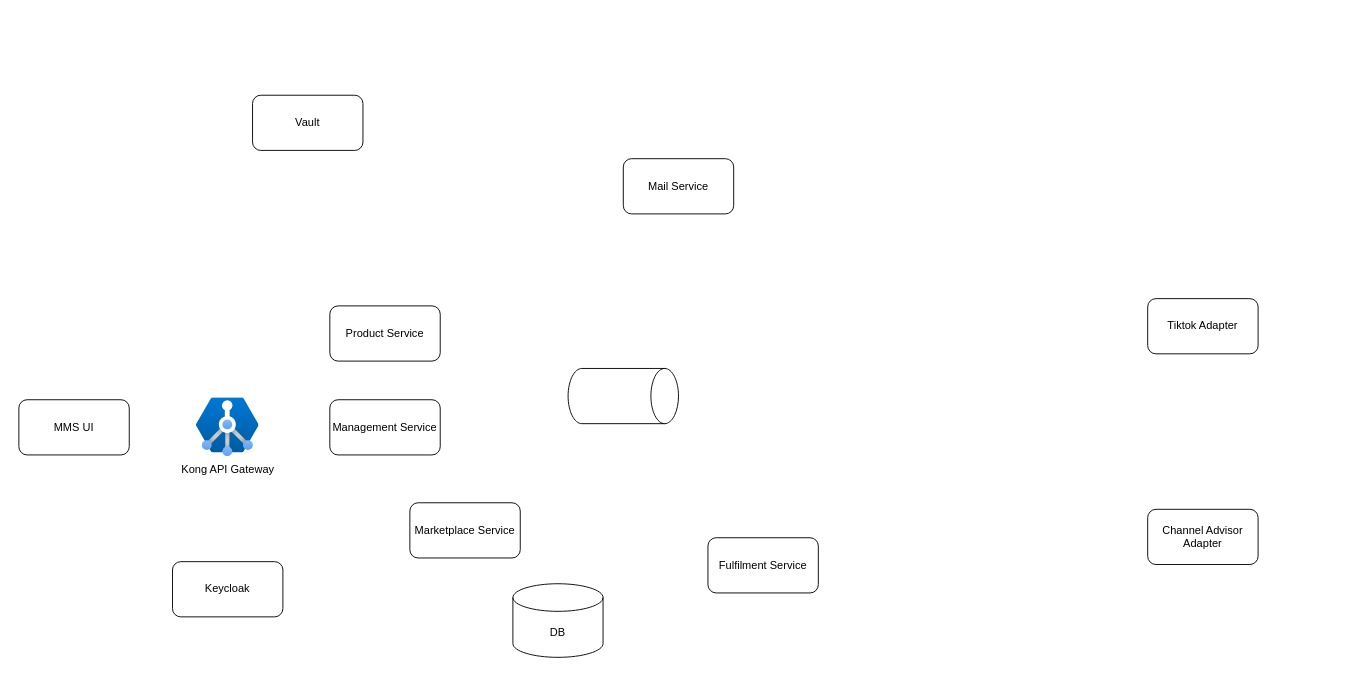
Above: page "Page-16" (16 of 16) of hibernate.drawio in minhtran-q/hibernate-knowledge (draw.io), before the change. Source tidied: cells renumbered, new cells numbered last; positions are measured from the earlier drawing's top-left corner, leaving out a move shared by most shapes. Both pictures are drawn from the tidied source at 92%, with x=0, y=0 at pixel (18, 95). Pictures stored in the file or linked from it are replaced by grey dashed boxes.
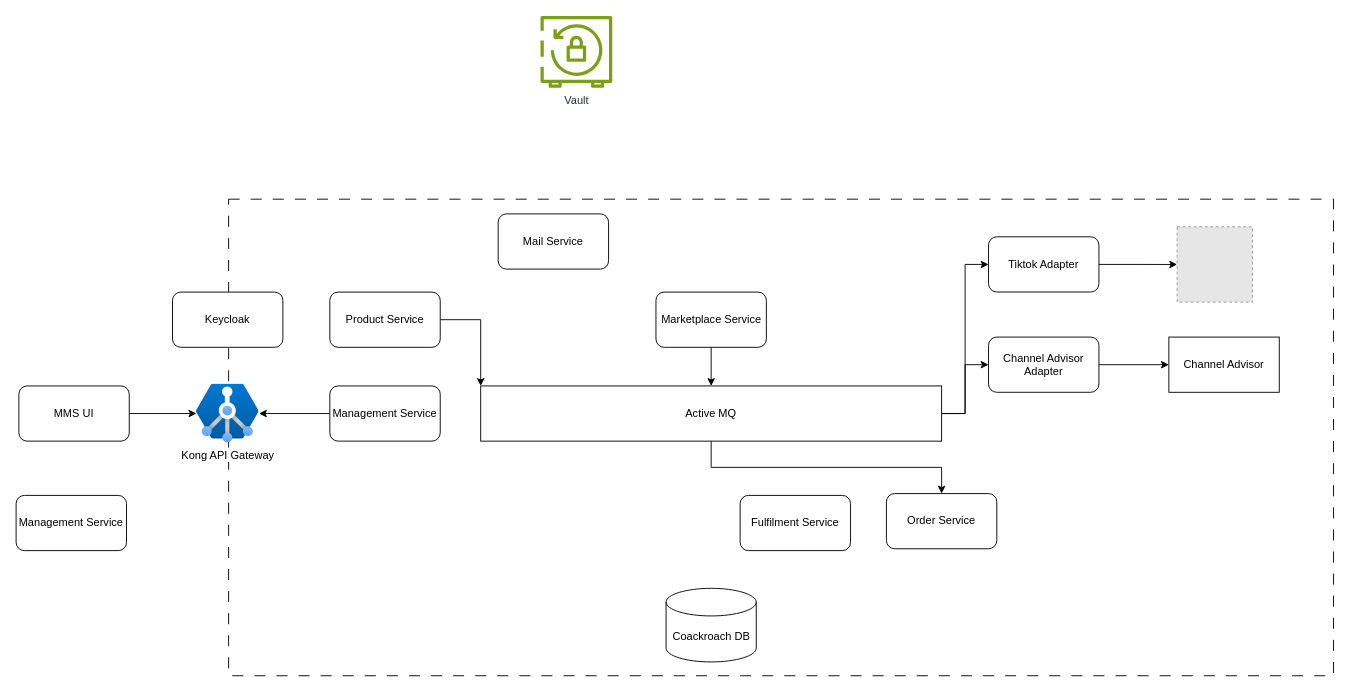
After the change.

Change to the diagram source:
```diff
@@
+    <mxCell id="15" style="rounded=0;whiteSpace=wrap;html=1;dashed=1;dashPattern=12 12;" parent="1" vertex="1">
+      <mxGeometry x="228" y="113" width="1201" height="518" as="geometry" />
+    </mxCell>
+    <mxCell id="16" style="edgeStyle=orthogonalEdgeStyle;rounded=0;jettySize=auto;html=1;" parent="1" edge="1" source="2" target="22">
+      <mxGeometry relative="1" as="geometry" />
+    </mxCell>
     <mxCell id="2" value="Tiktok Adapter" style="rounded=1;whiteSpace=wrap;html=1;" parent="1" vertex="1">
-      <mxGeometry x="1227" y="221.1" width="120" height="60" as="geometry" />
+      <mxGeometry x="1054" y="153.9" width="120" height="60" as="geometry" />
     </mxCell>
+    <mxCell id="17" style="edgeStyle=orthogonalEdgeStyle;rounded=0;jettySize=auto;html=1;" parent="1" edge="1" source="3" target="24">
+      <mxGeometry relative="1" as="geometry" />
+    </mxCell>
     <mxCell id="3" value="Channel Advisor Adapter" style="rounded=1;whiteSpace=wrap;html=1;" parent="1" vertex="1">
-      <mxGeometry x="1227" y="450.1" width="120" height="60" as="geometry" />
+      <mxGeometry x="1054" y="262.9" width="120" height="60" as="geometry" />
     </mxCell>
-    <mxCell id="4" style="shape=cylinder3;whiteSpace=wrap;html=1;boundedLbl=1;backgroundOutline=1;size=15;rotation=90;" parent="1" vertex="1">
-      <mxGeometry x="627" y="267" width="60" height="120" as="geometry" />
-    </mxCell>
+    <mxCell id="18" style="edgeStyle=orthogonalEdgeStyle;rounded=0;jettySize=auto;html=1;" parent="1" edge="1" source="5" target="6">
+      <mxGeometry relative="1" as="geometry" />
+    </mxCell>
     <mxCell id="5" value="MMS UI" style="rounded=1;whiteSpace=wrap;html=1;" parent="1" vertex="1">
-      <mxGeometry y="331" width="120" height="60" as="geometry" />
+      <mxGeometry y="316" width="120" height="60" as="geometry" />
     </mxCell>
     <mxCell id="6" value="Kong API Gateway" style="image;html=1;points=[];align=center;fontSize=12;image=img/lib/azure2/networking/Application_Gateway_Containers.svg;" parent="1" vertex="1">
-      <mxGeometry x="193" y="328.9" width="68" height="64.2" as="geometry" />
+      <mxGeometry x="193" y="313.9" width="68" height="64.2" as="geometry" />
     </mxCell>
+    <mxCell id="19" style="edgeStyle=orthogonalEdgeStyle;rounded=0;jettySize=auto;html=1;entryX=0;entryY=0;entryDx=0;entryDy=0;" parent="1" edge="1" source="7" target="28">
+      <mxGeometry relative="1" as="geometry" />
+    </mxCell>
     <mxCell id="7" value="Product Service" style="rounded=1;whiteSpace=wrap;html=1;" parent="1" vertex="1">
-      <mxGeometry x="338" y="229" width="120" height="60" as="geometry" />
+      <mxGeometry x="338" y="214" width="120" height="60" as="geometry" />
     </mxCell>
     <mxCell id="8" value="Keycloak" style="rounded=1;whiteSpace=wrap;html=1;" parent="1" vertex="1">
-      <mxGeometry x="167" y="507" width="120" height="60" as="geometry" />
+      <mxGeometry x="167" y="214" width="120" height="60" as="geometry" />
     </mxCell>
     <mxCell id="9" value="&lt;span&gt;&lt;span dir=&quot;ltr&quot; class=&quot;ui-provider a b c d e f g h i j k l m n o p q r s t u v w x y z ab ac ae af ag ah ai aj ak&quot;&gt;Fulfilment Service&lt;/span&gt;&lt;/span&gt;" style="rounded=1;whiteSpace=wrap;html=1;" parent="1" vertex="1">
-      <mxGeometry x="749" y="481" width="120" height="60" as="geometry" />
+      <mxGeometry x="784" y="435" width="120" height="60" as="geometry" />
     </mxCell>
-    <mxCell id="10" value="Vault" style="rounded=1;whiteSpace=wrap;html=1;" parent="1" vertex="1">
-      <mxGeometry x="254" width="120" height="60" as="geometry" />
-    </mxCell>
+    <mxCell id="20" style="edgeStyle=orthogonalEdgeStyle;rounded=0;jettySize=auto;html=1;" parent="1" edge="1" source="11" target="6">
+      <mxGeometry relative="1" as="geometry" />
+    </mxCell>
     <mxCell id="11" value="Management Service" style="rounded=1;whiteSpace=wrap;html=1;" parent="1" vertex="1">
-      <mxGeometry x="338" y="331" width="120" height="60" as="geometry" />
+      <mxGeometry x="338" y="316" width="120" height="60" as="geometry" />
     </mxCell>
     <mxCell id="12" value="&lt;span&gt;&lt;span dir=&quot;ltr&quot; class=&quot;ui-provider a b c d e f g h i j k l m n o p q r s t u v w x y z ab ac ae af ag ah ai aj ak&quot;&gt;Mail Service&lt;/span&gt;&lt;/span&gt;" style="rounded=1;whiteSpace=wrap;html=1;" parent="1" vertex="1">
-      <mxGeometry x="657" y="69" width="120" height="60" as="geometry" />
+      <mxGeometry x="521" y="129" width="120" height="60" as="geometry" />
     </mxCell>
+    <mxCell id="21" style="edgeStyle=orthogonalEdgeStyle;rounded=0;jettySize=auto;html=1;" parent="1" edge="1" source="13" target="28">
+      <mxGeometry relative="1" as="geometry" />
+    </mxCell>
     <mxCell id="13" value="&lt;span&gt;&lt;span dir=&quot;ltr&quot; class=&quot;ui-provider a b c d e f g h i j k l m n o p q r s t u v w x y z ab ac ae af ag ah ai aj ak&quot;&gt;Marketplace Service&lt;/span&gt;&lt;/span&gt;" style="rounded=1;whiteSpace=wrap;html=1;" parent="1" vertex="1">
-      <mxGeometry x="425" y="443" width="120" height="60" as="geometry" />
+      <mxGeometry x="692.5" y="214" width="120" height="60" as="geometry" />
     </mxCell>
-    <mxCell id="14" value="DB" style="shape=cylinder3;whiteSpace=wrap;html=1;boundedLbl=1;backgroundOutline=1;size=15;" parent="1" vertex="1">
-      <mxGeometry x="537" y="531" width="98" height="80" as="geometry" />
+    <mxCell id="14" value="Coackroach DB" style="shape=cylinder3;whiteSpace=wrap;html=1;boundedLbl=1;backgroundOutline=1;size=15;" parent="1" vertex="1">
+      <mxGeometry x="703.5" y="536" width="98" height="80" as="geometry" />
     </mxCell>
+    <mxCell id="10" value="Vault" style="sketch=0;fontColor=#232F3E;gradientColor=none;fillColor=#7AA116;strokeColor=none;dashed=0;verticalLabelPosition=bottom;verticalAlign=top;align=center;html=1;fontSize=12;fontStyle=0;shape=mxgraph.aws4.aws_backup_vault_lock;" parent="1" vertex="1">
+      <mxGeometry x="567" y="-86" width="78" height="78" as="geometry" />
+    </mxCell>
+    <mxCell id="22" style="fillColor=#E6E6E6;strokeColor=#999999;dashed=1;html=1;verticalAlign=top;verticalLabelPosition=bottom;labelBackgroundColor=#ffffff;" parent="1" vertex="1">
+      <mxGeometry x="1259" y="143" width="81.9" height="81.9" as="geometry" />
+    </mxCell>
+    <mxCell id="23" value="&lt;span&gt;&lt;span dir=&quot;ltr&quot; class=&quot;ui-provider a b c d e f g h i j k l m n o p q r s t u v w x y z ab ac ae af ag ah ai aj ak&quot;&gt;Order Service&lt;/span&gt;&lt;/span&gt;" style="rounded=1;whiteSpace=wrap;html=1;" parent="1" vertex="1">
+      <mxGeometry x="943" y="433" width="120" height="60" as="geometry" />
+    </mxCell>
+    <mxCell id="24" value="Channel Advisor" style="rounded=0;whiteSpace=wrap;html=1;" parent="1" vertex="1">
+      <mxGeometry x="1250" y="262.9" width="120" height="60" as="geometry" />
+    </mxCell>
+    <mxCell id="25" style="edgeStyle=orthogonalEdgeStyle;rounded=0;jettySize=auto;html=1;" parent="1" edge="1" source="28" target="3">
+      <mxGeometry relative="1" as="geometry" />
+    </mxCell>
+    <mxCell id="26" style="edgeStyle=orthogonalEdgeStyle;rounded=0;jettySize=auto;html=1;entryX=0;entryY=0.5;entryDx=0;entryDy=0;" parent="1" edge="1" source="28" target="2">
+      <mxGeometry relative="1" as="geometry" />
+    </mxCell>
+    <mxCell id="27" style="edgeStyle=orthogonalEdgeStyle;rounded=0;jettySize=auto;html=1;entryX=0.5;entryY=0;entryDx=0;entryDy=0;" parent="1" edge="1" source="28" target="23">
+      <mxGeometry relative="1" as="geometry" />
+    </mxCell>
+    <mxCell id="28" value="Active MQ" style="rounded=0;whiteSpace=wrap;html=1;" parent="1" vertex="1">
+      <mxGeometry x="502" y="316" width="501" height="60" as="geometry" />
+    </mxCell>
+    <mxCell id="29" value="Management Service" style="rounded=1;whiteSpace=wrap;html=1;" parent="1" vertex="1">
+      <mxGeometry x="-3" y="435" width="120" height="60" as="geometry" />
+    </mxCell>
```
